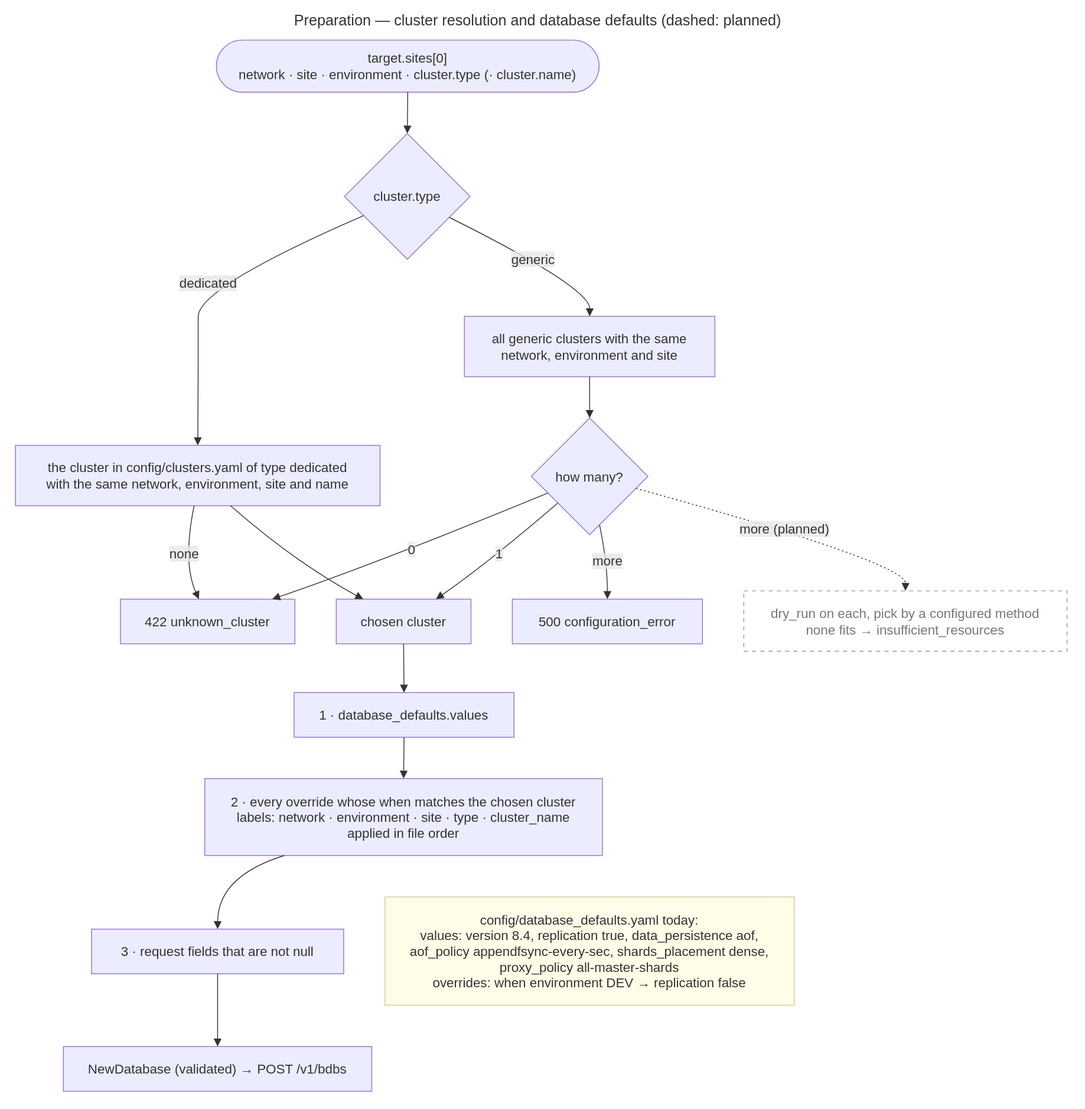
Above: docs/diagrams/13-flow-cluster-and-defaults.drawio.svg in EliShteinman/redis-enterprise-services (draw.io), before the change. Source tidied: cells renumbered, new cells last; positions are measured from the earlier drawing's top-left corner, leaving out a move shared by most shapes.
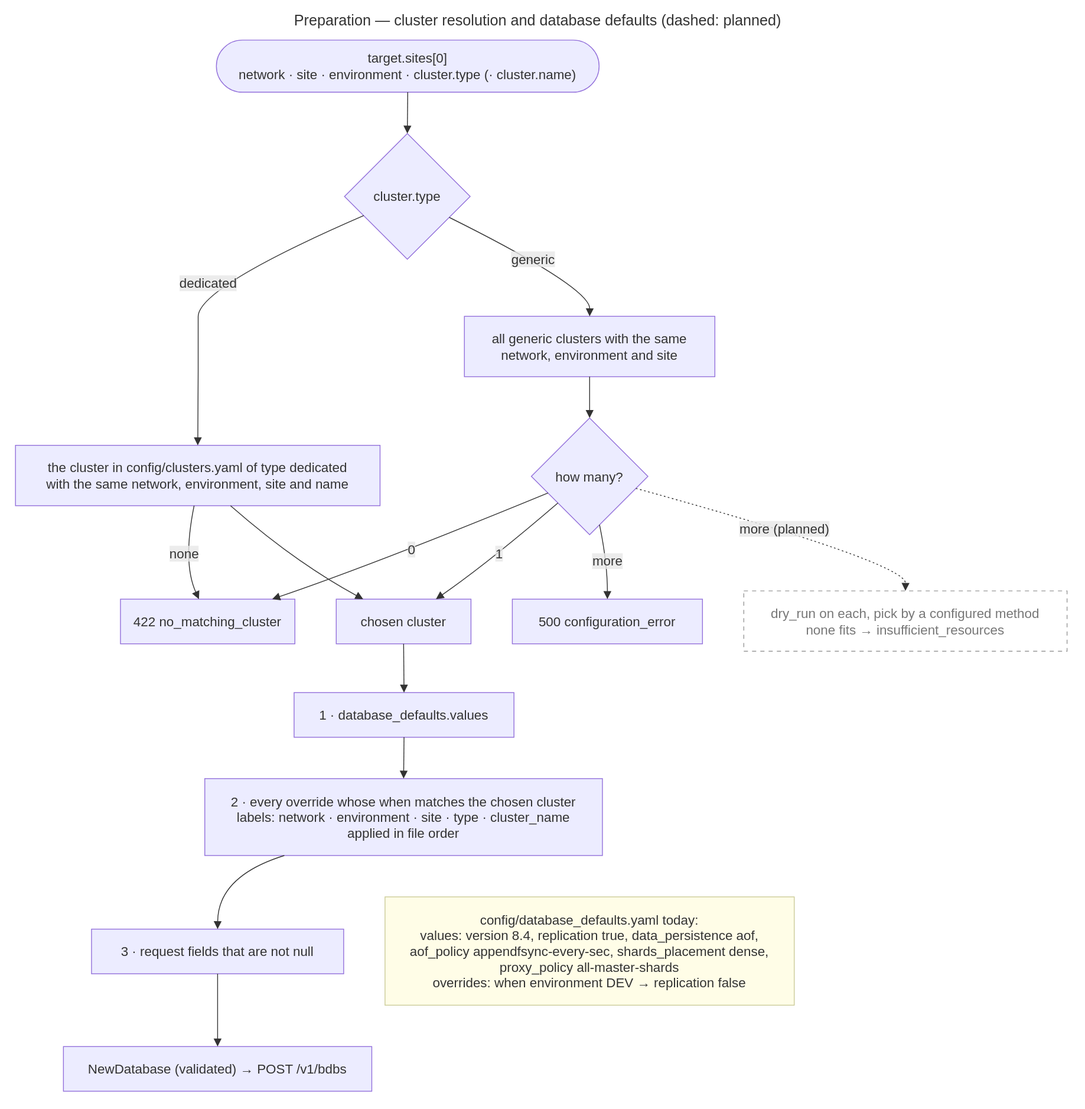
The same diagram one commit later.

Change to the diagram source:
```diff
@@ -17,7 +17,7 @@
     <mxCell id="6" value="how many?" style="rhombus;html=1;strokeWidth=1;whiteSpace=wrap;fillColor=light-dark(#ECECFF,#1f2020);strokeColor=light-dark(#9370DB,#cccccc);fontColor=light-dark(#333333,#cccccc);fontFamily=Trebuchet MS,Verdana,Arial,sans-serif;fontSize=16;" parent="1" vertex="1">
       <mxGeometry x="632" y="495" width="141" height="141" as="geometry" />
     </mxCell>
-    <mxCell id="7" value="422 unknown_cluster" style="html=1;whiteSpace=wrap;strokeWidth=1;fillColor=light-dark(#ECECFF,#1f2020);strokeColor=light-dark(#9370DB,#cccccc);fontColor=light-dark(#333333,#cccccc);fontFamily=Trebuchet MS,Verdana,Arial,sans-serif;fontSize=16;" parent="1" vertex="1">
+    <mxCell id="7" value="422 no_matching_cluster" style="html=1;whiteSpace=wrap;strokeWidth=1;fillColor=light-dark(#ECECFF,#1f2020);strokeColor=light-dark(#9370DB,#cccccc);fontColor=light-dark(#333333,#cccccc);fontFamily=Trebuchet MS,Verdana,Arial,sans-serif;fontSize=16;" parent="1" vertex="1">
       <mxGeometry x="135" y="714" width="211" height="54" as="geometry" />
     </mxCell>
     <mxCell id="8" value="chosen cluster" style="html=1;whiteSpace=wrap;strokeWidth=1;fillColor=light-dark(#ECECFF,#1f2020);strokeColor=light-dark(#9370DB,#cccccc);fontColor=light-dark(#333333,#cccccc);fontFamily=Trebuchet MS,Verdana,Arial,sans-serif;fontSize=16;" parent="1" vertex="1">
```
